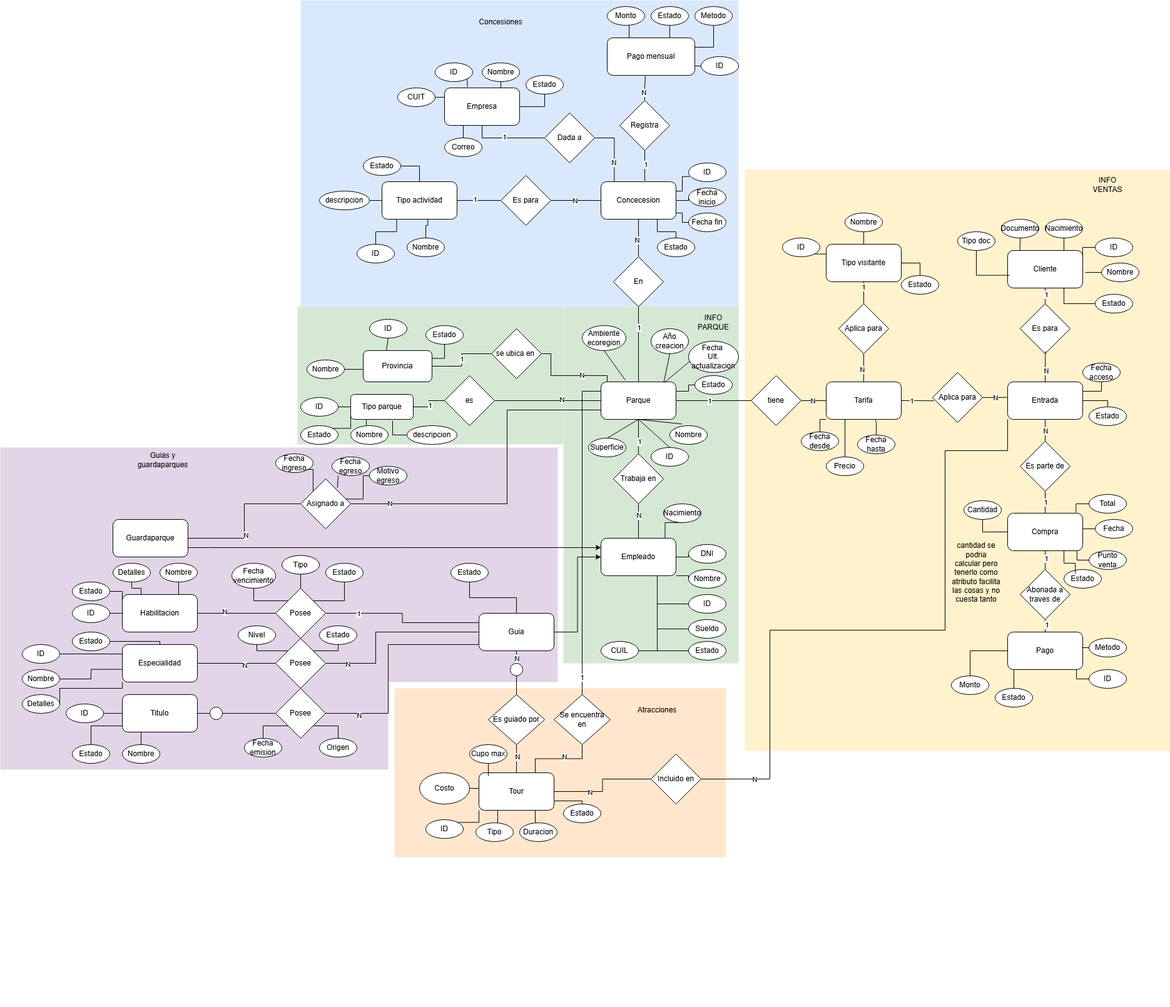
Earlier version of the draw.io export DER_3.png (norf27/Com5600_Grupo06). Source tidied: cells renumbered, new cells last; positions are measured from the earlier drawing's top-left corner, leaving out a move shared by most shapes.
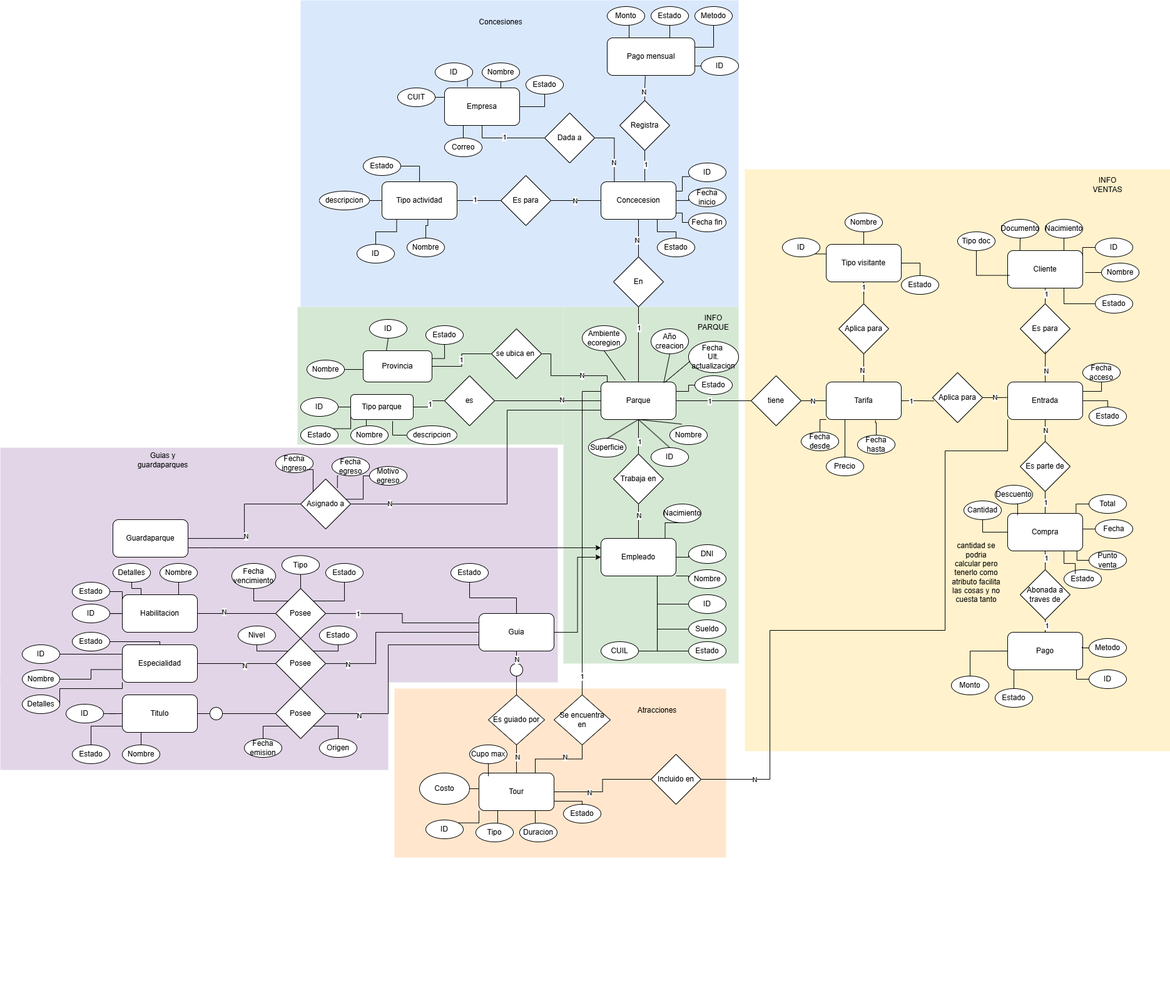
Later version of the same file.

Change to the diagram source:
```diff
@@ -1073,5 +1073,11 @@
     <mxCell id="318" style="edgeStyle=orthogonalEdgeStyle;rounded=0;jettySize=auto;html=1;entryX=1;entryY=1;entryDx=0;entryDy=0;endArrow=none;endFill=0;exitX=0.5;exitY=0;exitDx=0;exitDy=0;" parent="1" edge="1" source="315" target="202">
       <mxGeometry relative="1" as="geometry" />
     </mxCell>
+    <mxCell id="319" value="Descuento" style="ellipse;whiteSpace=wrap;html=1;" parent="1" vertex="1">
+      <mxGeometry x="1590" y="775" width="60" height="30" as="geometry" />
+    </mxCell>
+    <mxCell id="320" style="edgeStyle=orthogonalEdgeStyle;rounded=0;jettySize=auto;html=1;exitX=0.5;exitY=1;exitDx=0;exitDy=0;entryX=0.133;entryY=0.05;entryDx=0;entryDy=0;entryPerimeter=0;endArrow=none;endFill=0;" parent="1" edge="1" source="319" target="39">
+      <mxGeometry relative="1" as="geometry" />
+    </mxCell>
   </root>
 </mxGraphModel>
```
